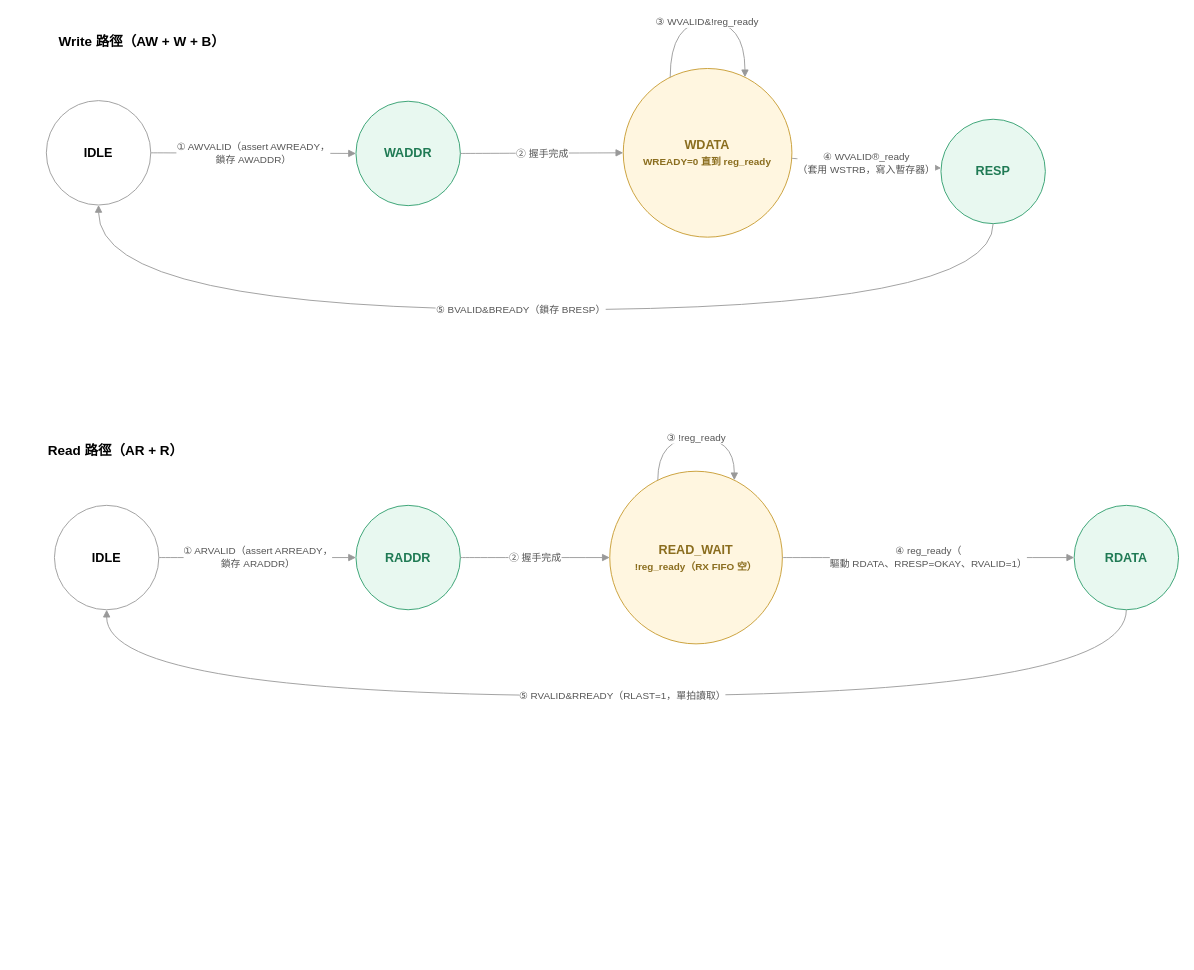
Earlier version of the draw.io diagram HW1/Upload/axi_slave_fsm.drawio (shj-F115112128/SOC_Practice). Source tidied: cells renumbered, new cells numbered last; positions are measured from the earlier drawing's top-left corner, leaving out a move shared by most shapes. Both pictures are drawn from the tidied source at 90%, with x=0, y=0 at pixel (46, 22).
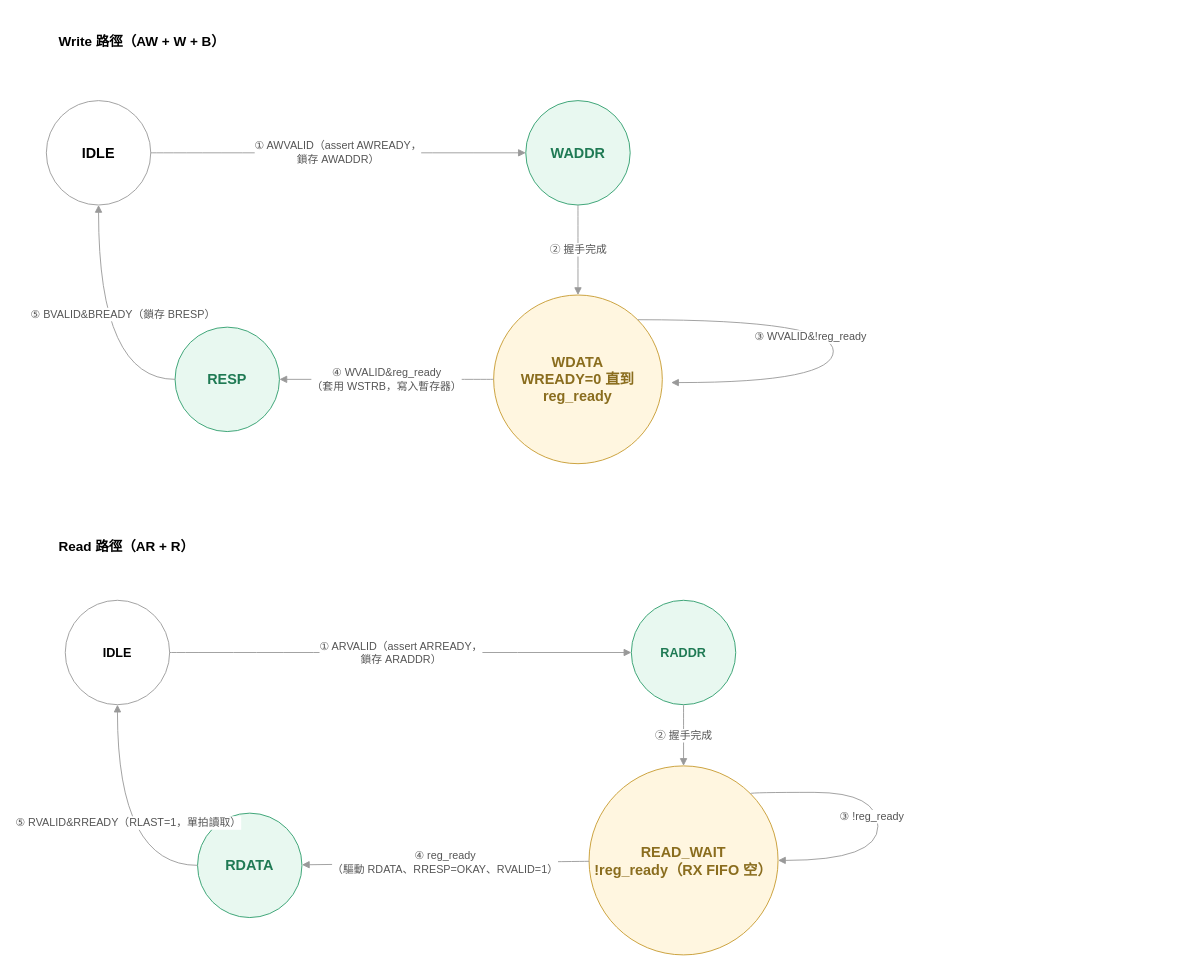
The same page after the edit.

Diff of the diagram source:
```diff
@@
-    <mxCell id="3" value="IDLE" style="ellipse;whiteSpace=wrap;html=1;fillColor=#FFFFFF;strokeColor=#999999;fontSize=14;fontStyle=1;" parent="1" vertex="1">
+    <mxCell id="3" value="&lt;font style=&quot;font-size: 16px;&quot;&gt;IDLE&lt;/font&gt;" style="ellipse;whiteSpace=wrap;html=1;fillColor=#FFFFFF;strokeColor=#999999;fontSize=14;fontStyle=1;" parent="1" vertex="1">
       <mxGeometry y="87.3" width="116" height="116" as="geometry" />
     </mxCell>
-    <mxCell id="4" value="WADDR" style="ellipse;whiteSpace=wrap;html=1;fillColor=#E8F8F0;strokeColor=#2E9E6C;fontColor=#1F7A54;fontSize=14;fontStyle=1;" parent="1" vertex="1">
-      <mxGeometry x="344" y="88" width="116" height="116" as="geometry" />
+    <mxCell id="4" value="&lt;font style=&quot;font-size: 16px;&quot;&gt;WADDR&lt;/font&gt;" style="ellipse;whiteSpace=wrap;html=1;fillColor=#E8F8F0;strokeColor=#2E9E6C;fontColor=#1F7A54;fontSize=14;fontStyle=1;" parent="1" vertex="1">
+      <mxGeometry x="532.7" y="87.3" width="116" height="116" as="geometry" />
     </mxCell>
-    <mxCell id="5" value="WDATA&#10;&lt;font style=&quot;font-size:11px&quot; color=&quot;#8A6D1E&quot;&gt;WREADY=0 直到 reg_ready&lt;/font&gt;" style="ellipse;whiteSpace=wrap;html=1;fillColor=#FFF6E0;strokeColor=#C79A2E;fontColor=#8A6D1E;fontSize=14;fontStyle=1;" parent="1" vertex="1">
-      <mxGeometry x="641" y="51.6" width="187.4" height="187.4" as="geometry" />
+    <mxCell id="5" value="&lt;font style=&quot;font-size: 16px;&quot;&gt;WDATA&lt;br&gt;&lt;font color=&quot;#8A6D1E&quot;&gt;WREADY=0 直到 reg_ready&lt;/font&gt;&lt;/font&gt;" style="ellipse;whiteSpace=wrap;html=1;fillColor=#FFF6E0;strokeColor=#C79A2E;fontColor=#8A6D1E;fontSize=14;fontStyle=1;" parent="1" vertex="1">
+      <mxGeometry x="497" y="303.3" width="187.4" height="187.4" as="geometry" />
     </mxCell>
-    <mxCell id="6" value="RESP" style="ellipse;whiteSpace=wrap;html=1;fillColor=#E8F8F0;strokeColor=#2E9E6C;fontColor=#1F7A54;fontSize=14;fontStyle=1;" parent="1" vertex="1">
-      <mxGeometry x="994" y="108" width="116" height="116" as="geometry" />
+    <mxCell id="6" value="&lt;font style=&quot;font-size: 16px;&quot;&gt;RESP&lt;/font&gt;" style="ellipse;whiteSpace=wrap;html=1;fillColor=#E8F8F0;strokeColor=#2E9E6C;fontColor=#1F7A54;fontSize=14;fontStyle=1;" parent="1" vertex="1">
+      <mxGeometry x="143" y="339" width="116" height="116" as="geometry" />
     </mxCell>
-    <mxCell id="7" value="① AWVALID（assert AWREADY，&lt;div&gt;鎖存 AWADDR）&lt;/div&gt;" style="curved=1;endArrow=block;html=1;strokeColor=#999999;fontSize=11;fontColor=#555555;" parent="1" edge="1" source="3" target="4">
+    <mxCell id="7" value="&lt;font style=&quot;font-size: 12px;&quot;&gt;① AWVALID（assert AWREADY，&lt;/font&gt;&lt;div&gt;&lt;font style=&quot;font-size: 12px;&quot;&gt;鎖存 AWADDR）&lt;/font&gt;&lt;/div&gt;" style="curved=1;endArrow=block;html=1;strokeColor=#999999;fontSize=11;fontColor=#555555;" parent="1" edge="1" source="3" target="4">
       <mxGeometry relative="1" as="geometry" />
     </mxCell>
-    <mxCell id="8" value="② 握手完成" style="curved=1;endArrow=block;html=1;strokeColor=#999999;fontSize=11;fontColor=#555555;" parent="1" edge="1" source="4" target="5">
+    <mxCell id="8" value="&lt;font style=&quot;font-size: 12px;&quot;&gt;② 握手完成&lt;/font&gt;" style="curved=1;endArrow=block;html=1;strokeColor=#999999;fontSize=11;fontColor=#555555;" parent="1" edge="1" source="4" target="5">
       <mxGeometry relative="1" as="geometry" />
     </mxCell>
-    <mxCell id="9" value="③ WVALID&amp;!reg_ready" style="curved=1;endArrow=block;html=1;strokeColor=#999999;fontSize=11;fontColor=#555555;exitX=0.25;exitY=0;exitDx=0;exitDy=0;entryX=0.75;entryY=0;entryDx=0;entryDy=0;edgeStyle=orthogonalEdgeStyle;innerLoopWaypoints=1;" parent="1" edge="1" source="5" target="5">
-      <mxGeometry relative="1" as="geometry">
+    <mxCell id="9" value="&lt;font style=&quot;font-size: 12px;&quot;&gt;③ WVALID&amp;amp;!reg_ready&lt;/font&gt;" style="curved=1;endArrow=block;html=1;strokeColor=#999999;fontSize=11;fontColor=#555555;exitX=1;exitY=0;exitDx=0;exitDy=0;edgeStyle=orthogonalEdgeStyle;innerLoopWaypoints=1;" parent="1" edge="1" source="5">
+      <mxGeometry x="-0.18" y="-19" relative="1" as="geometry">
+        <mxPoint x="694.2" y="400.6" as="targetPoint" />
         <Array as="points">
-          <mxPoint x="693.2" y="-0.5" />
-          <mxPoint x="776.2" y="-0.5" />
+          <mxPoint x="874.4" y="330.7" />
+          <mxPoint x="874.4" y="400.6" />
         </Array>
       </mxGeometry>
     </mxCell>
-    <mxCell id="10" value="④ WVALID&amp;reg_ready&#10;（套用 WSTRB，寫入暫存器）" style="curved=1;endArrow=block;html=1;strokeColor=#999999;fontSize=11;fontColor=#555555;" parent="1" edge="1" source="5" target="6">
+    <mxCell id="10" value="&lt;font style=&quot;font-size: 12px;&quot;&gt;④ WVALID&amp;amp;reg_ready&lt;br&gt;（套用 WSTRB，寫入暫存器）&lt;/font&gt;" style="curved=1;endArrow=block;html=1;strokeColor=#999999;fontSize=11;fontColor=#555555;" parent="1" edge="1" source="5" target="6">
       <mxGeometry relative="1" as="geometry" />
     </mxCell>
-    <mxCell id="11" value="⑤ BVALID&amp;BREADY（鎖存 BRESP）" style="curved=1;endArrow=block;html=1;strokeColor=#999999;fontSize=11;fontColor=#555555;edgeStyle=orthogonalEdgeStyle;curveGeometry=1;entryX=0.5;entryY=1;entryDx=0;entryDy=0;" parent="1" edge="1" source="6" target="3">
-      <mxGeometry x="0.03" relative="1" as="geometry">
-        <Array as="points">
-          <mxPoint x="1052" y="319.7" />
-          <mxPoint x="58" y="319.7" />
-        </Array>
-      </mxGeometry>
+    <mxCell id="11" value="&lt;font style=&quot;font-size: 12px;&quot;&gt;⑤ BVALID&amp;amp;BREADY（鎖存 BRESP）&lt;/font&gt;" style="curved=1;endArrow=block;html=1;strokeColor=#999999;fontSize=11;fontColor=#555555;edgeStyle=orthogonalEdgeStyle;curveGeometry=1;entryX=0.5;entryY=1;entryDx=0;entryDy=0;" parent="1" edge="1" source="6" target="3">
+      <mxGeometry x="0.13" y="-27" relative="1" as="geometry" />
     </mxCell>
     <mxCell id="12" value="Read 路徑（AR + R）" style="text;html=1;fontStyle=1;fontSize=15;align=left;" parent="1" vertex="1">
-      <mxGeometry y="461" width="300" height="30" as="geometry" />
+      <mxGeometry x="12" y="566.5" width="300" height="30" as="geometry" />
     </mxCell>
     <mxCell id="13" value="IDLE" style="ellipse;whiteSpace=wrap;html=1;fillColor=#FFFFFF;strokeColor=#999999;fontSize=14;fontStyle=1;" parent="1" vertex="1">
-      <mxGeometry x="9" y="537" width="116" height="116" as="geometry" />
+      <mxGeometry x="21" y="642.5" width="116" height="116" as="geometry" />
     </mxCell>
     <mxCell id="14" value="RADDR" style="ellipse;whiteSpace=wrap;html=1;fillColor=#E8F8F0;strokeColor=#2E9E6C;fontColor=#1F7A54;fontSize=14;fontStyle=1;" parent="1" vertex="1">
-      <mxGeometry x="344" y="537" width="116" height="116" as="geometry" />
+      <mxGeometry x="650" y="642.5" width="116" height="116" as="geometry" />
     </mxCell>
-    <mxCell id="15" value="READ_WAIT&#10;&lt;font style=&quot;font-size:11px&quot; color=&quot;#8A6D1E&quot;&gt;!reg_ready（RX FIFO 空）&lt;/font&gt;" style="ellipse;whiteSpace=wrap;html=1;fillColor=#FFF6E0;strokeColor=#C79A2E;fontColor=#8A6D1E;fontSize=14;fontStyle=1;" parent="1" vertex="1">
-      <mxGeometry x="626" y="499.1" width="191.8" height="191.8" as="geometry" />
+    <mxCell id="15" value="&lt;font style=&quot;font-size: 16px;&quot;&gt;READ_WAIT&lt;br&gt;&lt;font color=&quot;#8A6D1E&quot;&gt;!reg_ready（RX FIFO 空）&lt;/font&gt;&lt;/font&gt;" style="ellipse;whiteSpace=wrap;html=1;fillColor=#FFF6E0;strokeColor=#C79A2E;fontColor=#8A6D1E;fontSize=14;fontStyle=1;" parent="1" vertex="1">
+      <mxGeometry x="603" y="826.5" width="210" height="210" as="geometry" />
     </mxCell>
-    <mxCell id="16" value="RDATA" style="ellipse;whiteSpace=wrap;html=1;fillColor=#E8F8F0;strokeColor=#2E9E6C;fontColor=#1F7A54;fontSize=14;fontStyle=1;" parent="1" vertex="1">
-      <mxGeometry x="1142" y="537" width="116" height="116" as="geometry" />
+    <mxCell id="16" value="&lt;font style=&quot;font-size: 16px;&quot;&gt;RDATA&lt;/font&gt;" style="ellipse;whiteSpace=wrap;html=1;fillColor=#E8F8F0;strokeColor=#2E9E6C;fontColor=#1F7A54;fontSize=14;fontStyle=1;" parent="1" vertex="1">
+      <mxGeometry x="168" y="879" width="116" height="116" as="geometry" />
     </mxCell>
-    <mxCell id="17" value="① ARVALID（assert ARREADY，&lt;div&gt;鎖存 ARADDR）&lt;/div&gt;" style="curved=1;endArrow=block;html=1;strokeColor=#999999;fontSize=11;fontColor=#555555;" parent="1" edge="1" source="13" target="14">
+    <mxCell id="17" value="&lt;font style=&quot;font-size: 12px;&quot;&gt;① ARVALID（assert ARREADY，&lt;/font&gt;&lt;div&gt;&lt;font style=&quot;font-size: 12px;&quot;&gt;鎖存 ARADDR）&lt;/font&gt;&lt;/div&gt;" style="curved=1;endArrow=block;html=1;strokeColor=#999999;fontSize=11;fontColor=#555555;" parent="1" edge="1" source="13" target="14">
       <mxGeometry relative="1" as="geometry" />
     </mxCell>
-    <mxCell id="18" value="② 握手完成" style="curved=1;endArrow=block;html=1;strokeColor=#999999;fontSize=11;fontColor=#555555;" parent="1" edge="1" source="14" target="15">
+    <mxCell id="18" value="&lt;font style=&quot;font-size: 12px;&quot;&gt;② 握手完成&lt;/font&gt;" style="curved=1;endArrow=block;html=1;strokeColor=#999999;fontSize=11;fontColor=#555555;" parent="1" edge="1" source="14" target="15">
       <mxGeometry relative="1" as="geometry" />
     </mxCell>
-    <mxCell id="19" value="③ !reg_ready" style="curved=1;endArrow=block;html=1;strokeColor=#999999;fontSize=11;fontColor=#555555;exitX=0.25;exitY=0;exitDx=0;exitDy=0;entryX=0.75;entryY=0;entryDx=0;entryDy=0;edgeStyle=orthogonalEdgeStyle;innerLoopWaypoints=1;" parent="1" edge="1" source="15" target="15">
-      <mxGeometry relative="1" as="geometry">
+    <mxCell id="19" value="&lt;font style=&quot;font-size: 12px;&quot;&gt;③ !reg_ready&lt;/font&gt;" style="curved=1;endArrow=block;html=1;strokeColor=#999999;fontSize=11;fontColor=#555555;exitX=1;exitY=0;exitDx=0;exitDy=0;entryX=1;entryY=0.5;entryDx=0;entryDy=0;edgeStyle=orthogonalEdgeStyle;innerLoopWaypoints=1;" parent="1" edge="1" source="15" target="15">
+      <mxGeometry x="0.03" y="-7.27" relative="1" as="geometry">
         <Array as="points">
-          <mxPoint x="679.4" y="461.8" />
-          <mxPoint x="764.4" y="461.8" />
+          <mxPoint x="782.2" y="855.9" />
+          <mxPoint x="923.9" y="855.9" />
+          <mxPoint x="923.9" y="931.5" />
         </Array>
       </mxGeometry>
     </mxCell>
-    <mxCell id="20" value="④ reg_ready（&lt;div&gt;驅動 RDATA、RRESP=OKAY、RVALID=1）&lt;/div&gt;" style="curved=1;endArrow=block;html=1;strokeColor=#999999;fontSize=11;fontColor=#555555;" parent="1" edge="1" source="15" target="16">
+    <mxCell id="20" value="&lt;font style=&quot;font-size: 12px;&quot;&gt;④ reg_ready&lt;/font&gt;&lt;div&gt;&lt;font style=&quot;font-size: 12px;&quot;&gt;&lt;font style=&quot;&quot;&gt;（&lt;/font&gt;&lt;span style=&quot;background-color: light-dark(#ffffff, var(--ge-dark-color, #121212)); color: light-dark(rgb(85, 85, 85), rgb(164, 164, 164));&quot;&gt;驅動 RDATA、RRESP=OKAY、RVALID=1）&lt;/span&gt;&lt;/font&gt;&lt;/div&gt;" style="curved=1;endArrow=block;html=1;strokeColor=#999999;fontSize=11;fontColor=#555555;" parent="1" edge="1" source="15" target="16">
       <mxGeometry relative="1" as="geometry" />
     </mxCell>
-    <mxCell id="21" value="⑤ RVALID&amp;RREADY（RLAST=1，單拍讀取）" style="curved=1;endArrow=block;html=1;strokeColor=#999999;fontSize=11;fontColor=#555555;edgeStyle=orthogonalEdgeStyle;curveGeometry=1;entryX=0.5;entryY=1;entryDx=0;entryDy=0;" parent="1" edge="1" source="16" target="13">
-      <mxGeometry x="-0.01" relative="1" as="geometry">
-        <Array as="points">
-          <mxPoint x="1200" y="748.7" />
-          <mxPoint x="67" y="748.7" />
-        </Array>
-      </mxGeometry>
+    <mxCell id="21" value="&lt;font style=&quot;font-size: 12px;&quot;&gt;⑤ RVALID&amp;amp;RREADY（RLAST=1，單拍讀取）&lt;/font&gt;" style="curved=1;endArrow=block;html=1;strokeColor=#999999;fontSize=11;fontColor=#555555;edgeStyle=orthogonalEdgeStyle;curveGeometry=1;entryX=0.5;entryY=1;entryDx=0;entryDy=0;exitX=0;exitY=0.5;exitDx=0;exitDy=0;" parent="1" edge="1" source="16" target="13">
+      <mxGeometry x="0.02" y="-12" relative="1" as="geometry" />
     </mxCell>
```
